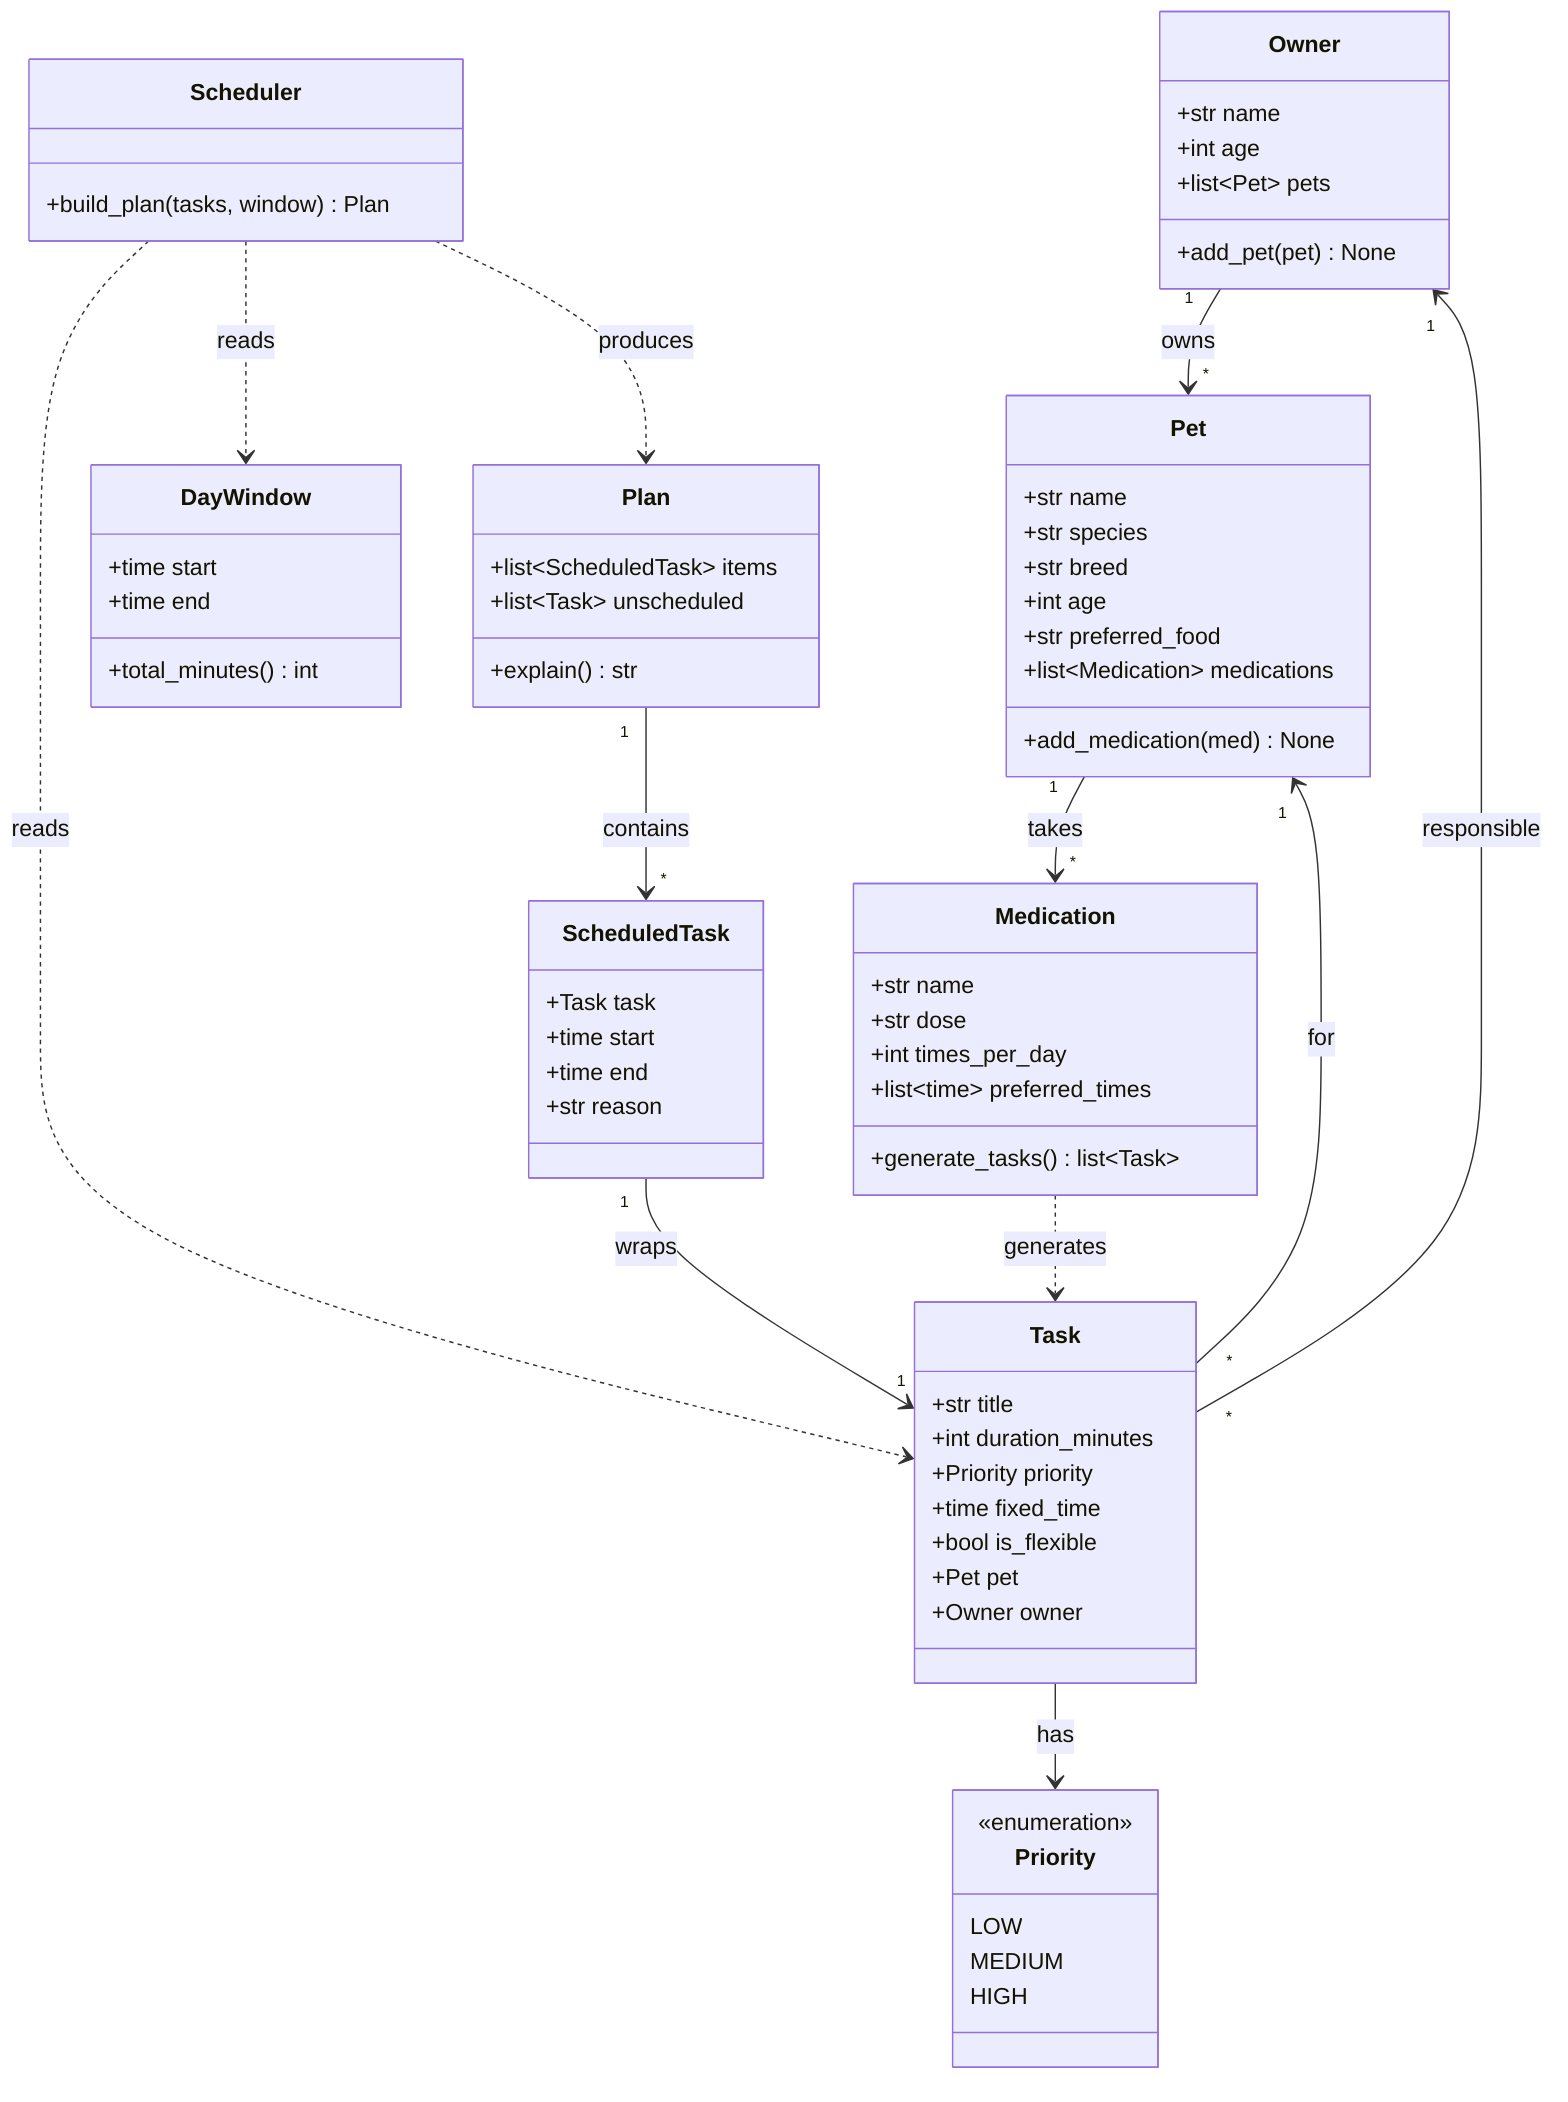
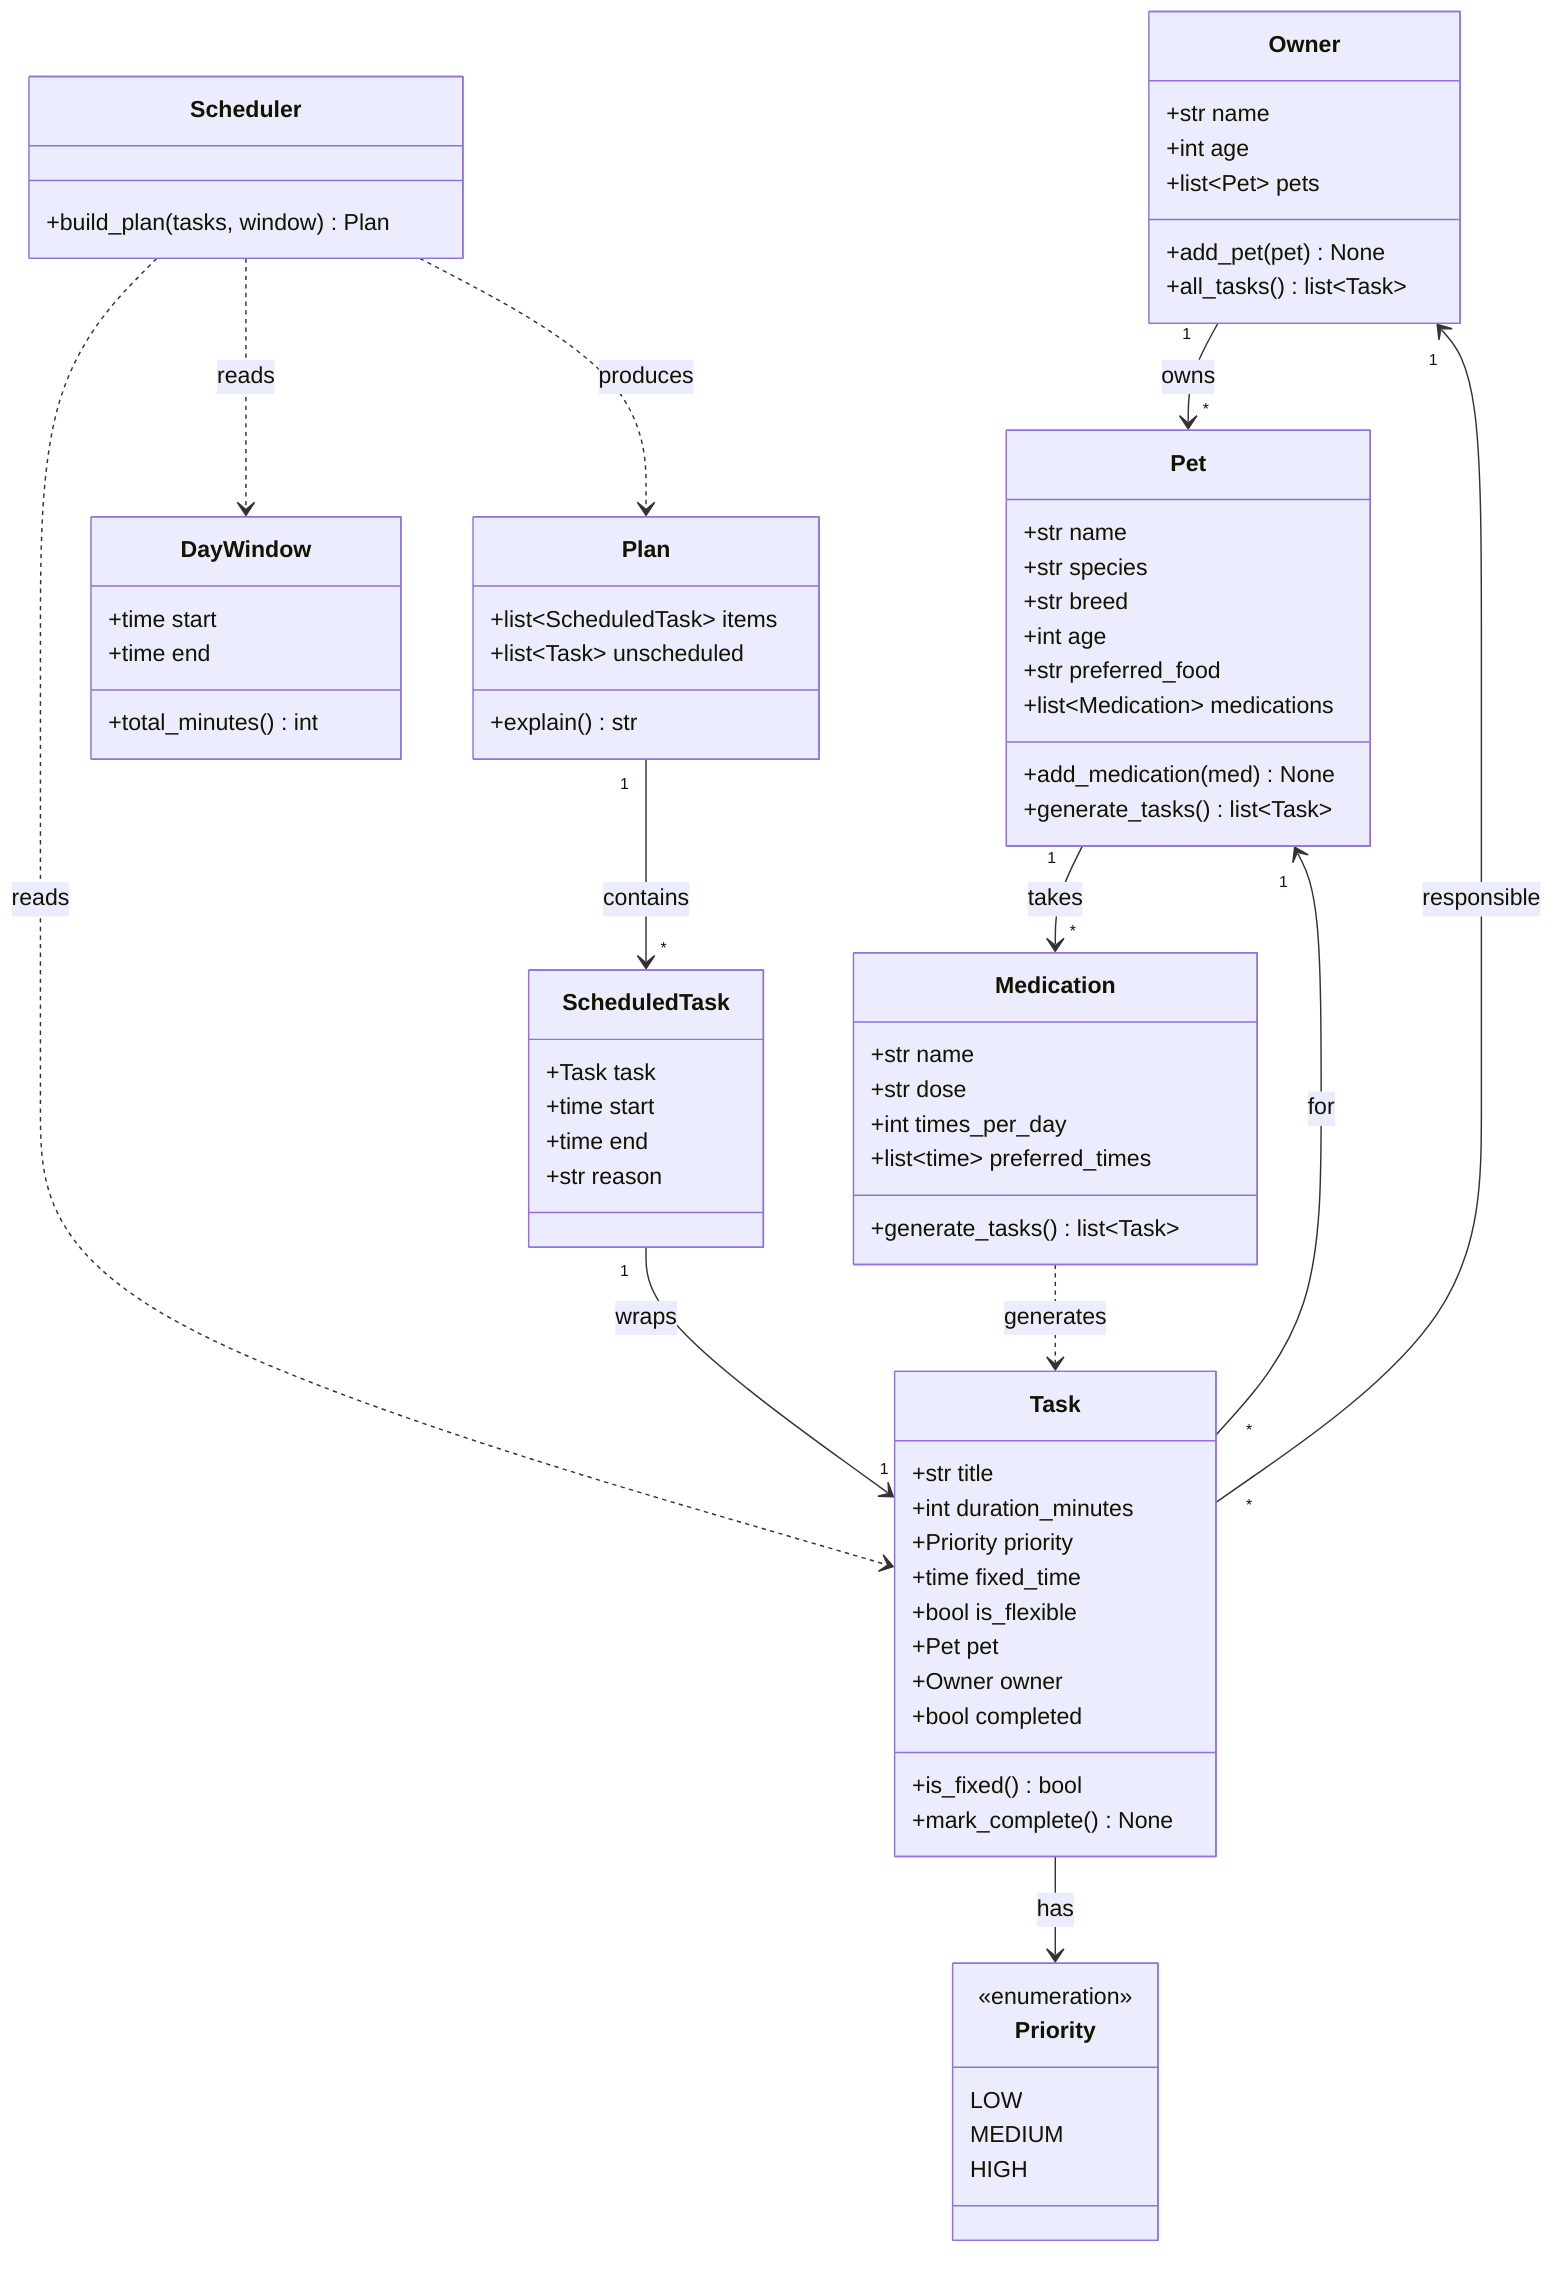
classDiagram
    %% PawPal+ domain model. Keep this in sync with the implementation.

    class Owner {
        +str name
        +int age
        +list~Pet~ pets
        +add_pet(pet) None
+         +all_tasks() list~Task~
    }

    class Pet {
        +str name
        +str species
        +str breed
        +int age
        +str preferred_food
        +list~Medication~ medications
        +add_medication(med) None
+         +generate_tasks() list~Task~
    }

    class Medication {
        +str name
        +str dose
        +int times_per_day
        +list~time~ preferred_times
        +generate_tasks() list~Task~
    }

    class Task {
        +str title
        +int duration_minutes
        +Priority priority
        +time fixed_time
        +bool is_flexible
        +Pet pet
        +Owner owner
+         +bool completed
+         +is_fixed() bool
+         +mark_complete() None
    }

    class Priority {
        <<enumeration>>
        LOW
        MEDIUM
        HIGH
    }

    class DayWindow {
        +time start
        +time end
        +total_minutes() int
    }

    class Scheduler {
        +build_plan(tasks, window) Plan
    }

    class Plan {
        +list~ScheduledTask~ items
        +list~Task~ unscheduled
        +explain() str
    }

    class ScheduledTask {
        +Task task
        +time start
        +time end
        +str reason
    }

    Owner "1" --> "*" Pet : owns
    Pet "1" --> "*" Medication : takes
    Medication ..> Task : generates
    Task "*" --> "1" Pet : for
    Task "*" --> "1" Owner : responsible
    Task --> Priority : has
    Scheduler ..> Task : reads
    Scheduler ..> DayWindow : reads
    Scheduler ..> Plan : produces
    Plan "1" --> "*" ScheduledTask : contains
    ScheduledTask "1" --> "1" Task : wraps
